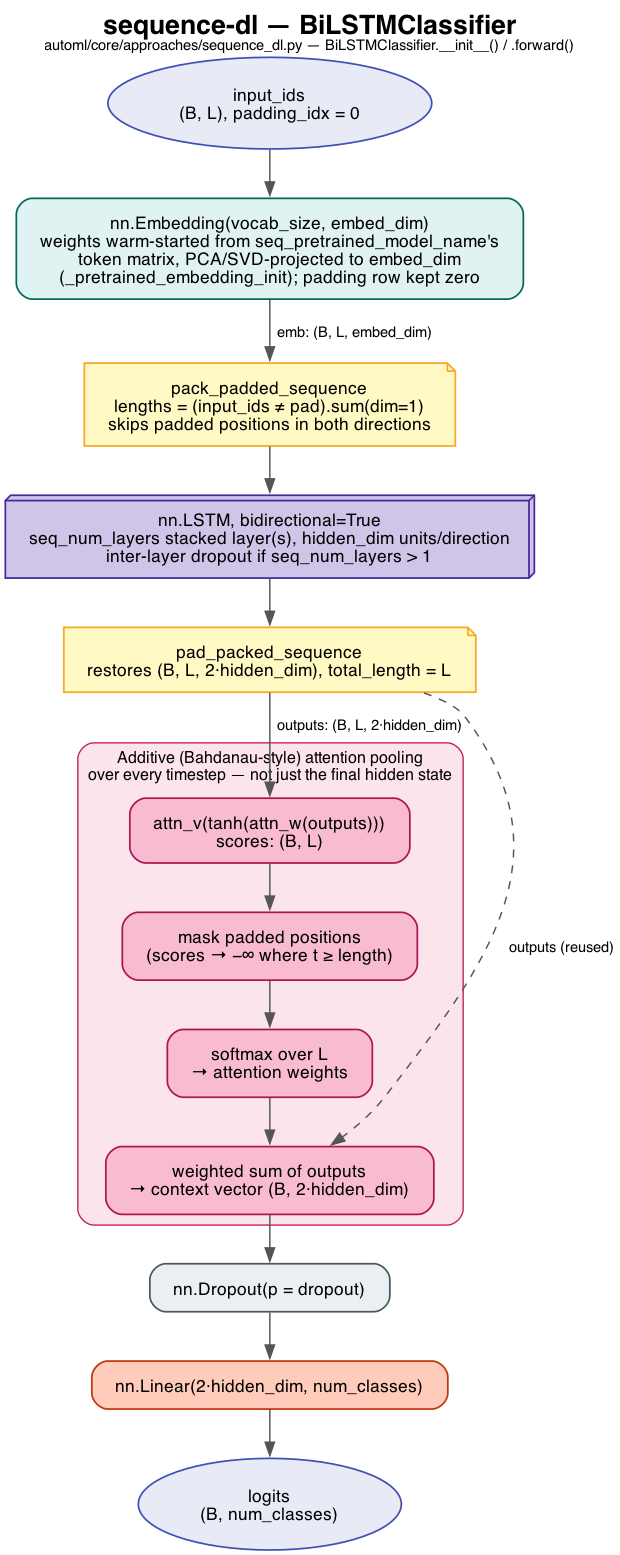
The Graphviz diagram docs/bilstm_diagram.png in yahyafati/automl-textual-project-mirror, before a commit. Its source is kept beside it as docs/bilstm_diagram.dot. Source of this version:
```dot
digraph BiLSTM {
    rankdir=TB;
    fontname="Helvetica";
    labelloc="t";
    label=<<b>sequence-dl — BiLSTMClassifier</b><br/><font point-size="11">automl/core/approaches/sequence_dl.py — BiLSTMClassifier.__init__() / .forward()</font>>;
    fontsize=20;
    bgcolor="white";
    node [fontname="Helvetica", fontsize=13, style="filled,rounded", shape=box, penwidth=1.3, margin="0.25,0.15"];
    edge [fontname="Helvetica", fontsize=11, color="#555555", penwidth=1.1];

    input [label="input_ids\n(B, L), padding_idx = 0", shape=oval, fillcolor="#E8EAF6", color="#3F51B5"];
    embed [label="nn.Embedding(vocab_size, embed_dim)\nweights warm-started from seq_pretrained_model_name's\ntoken matrix, PCA/SVD-projected to embed_dim\n(_pretrained_embedding_init); padding row kept zero", fillcolor="#E0F2F1", color="#00695C"];
    pack [label="pack_padded_sequence\nlengths = (input_ids ≠ pad).sum(dim=1)\nskips padded positions in both directions", shape=note, fillcolor="#FFF9C4", color="#F9A825"];
    lstm [label="nn.LSTM, bidirectional=True\nseq_num_layers stacked layer(s), hidden_dim units/direction\ninter-layer dropout if seq_num_layers > 1", fillcolor="#D1C4E9", color="#4527A0", shape=box3d];
    unpack [label="pad_packed_sequence\nrestores (B, L, 2·hidden_dim), total_length = L", shape=note, fillcolor="#FFF9C4", color="#F9A825"];

    subgraph cluster_attn {
        label="Additive (Bahdanau-style) attention pooling\nover every timestep — not just the final hidden state";
        style="rounded,filled";
        fillcolor="#FCE4EC";
        color="#C2185B";
        fontsize=12;
        score [label="attn_v(tanh(attn_w(outputs)))\nscores: (B, L)", fillcolor="#F8BBD0", color="#AD1457"];
        mask [label="mask padded positions\n(scores → −∞ where t ≥ length)", fillcolor="#F8BBD0", color="#AD1457"];
        softmax [label="softmax over L\n→ attention weights", fillcolor="#F8BBD0", color="#AD1457"];
        context [label="weighted sum of outputs\n→ context vector (B, 2·hidden_dim)", fillcolor="#F8BBD0", color="#AD1457"];
        score -> mask -> softmax -> context;
    }

    dropout [label="nn.Dropout(p = dropout)", fillcolor="#ECEFF1", color="#455A64"];
    fc [label="nn.Linear(2·hidden_dim, num_classes)", fillcolor="#FFCCBC", color="#BF360C"];
    output [label="logits\n(B, num_classes)", shape=oval, fillcolor="#E8EAF6", color="#3F51B5"];

    input -> embed;
    embed -> pack [label="  emb: (B, L, embed_dim)"];
    pack -> lstm;
    lstm -> unpack;
    unpack -> score [label="  outputs: (B, L, 2·hidden_dim)"];
    unpack -> context [style=dashed, constraint=false, label="  outputs (reused)"];
    context -> dropout;
    dropout -> fc;
    fc -> output;
}
```
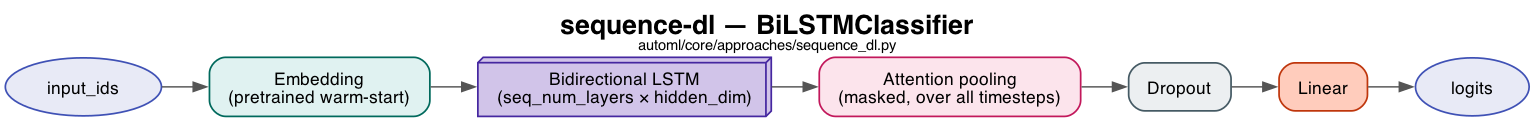
The same file after the commit.

Commit message:
Simplify BiLSTM architecture diagram: horizontal, less text

Change to the diagram source:
```diff
@@ -1,43 +1,20 @@
 digraph BiLSTM {
-    rankdir=TB;
+    rankdir=LR;
     fontname="Helvetica";
     labelloc="t";
-    label=<<b>sequence-dl — BiLSTMClassifier</b><br/><font point-size="11">automl/core/approaches/sequence_dl.py — BiLSTMClassifier.__init__() / .forward()</font>>;
+    label=<<b>sequence-dl — BiLSTMClassifier</b><br/><font point-size="11">automl/core/approaches/sequence_dl.py</font>>;
     fontsize=20;
     bgcolor="white";
-    node [fontname="Helvetica", fontsize=13, style="filled,rounded", shape=box, penwidth=1.3, margin="0.25,0.15"];
+    node [fontname="Helvetica", fontsize=13, style="filled,rounded", shape=box, penwidth=1.3, margin="0.2,0.12"];
     edge [fontname="Helvetica", fontsize=11, color="#555555", penwidth=1.1];
 
-    input [label="input_ids\n(B, L), padding_idx = 0", shape=oval, fillcolor="#E8EAF6", color="#3F51B5"];
-    embed [label="nn.Embedding(vocab_size, embed_dim)\nweights warm-started from seq_pretrained_model_name's\ntoken matrix, PCA/SVD-projected to embed_dim\n(_pretrained_embedding_init); padding row kept zero", fillcolor="#E0F2F1", color="#00695C"];
-    pack [label="pack_padded_sequence\nlengths = (input_ids ≠ pad).sum(dim=1)\nskips padded positions in both directions", shape=note, fillcolor="#FFF9C4", color="#F9A825"];
-    lstm [label="nn.LSTM, bidirectional=True\nseq_num_layers stacked layer(s), hidden_dim units/direction\ninter-layer dropout if seq_num_layers > 1", fillcolor="#D1C4E9", color="#4527A0", shape=box3d];
-    unpack [label="pad_packed_sequence\nrestores (B, L, 2·hidden_dim), total_length = L", shape=note, fillcolor="#FFF9C4", color="#F9A825"];
+    input [label="input_ids", shape=oval, fillcolor="#E8EAF6", color="#3F51B5"];
+    embed [label="Embedding\n(pretrained warm-start)", fillcolor="#E0F2F1", color="#00695C"];
+    lstm [label="Bidirectional LSTM\n(seq_num_layers × hidden_dim)", fillcolor="#D1C4E9", color="#4527A0", shape=box3d];
+    attn [label="Attention pooling\n(masked, over all timesteps)", fillcolor="#FCE4EC", color="#C2185B"];
+    dropout [label="Dropout", fillcolor="#ECEFF1", color="#455A64"];
+    fc [label="Linear", fillcolor="#FFCCBC", color="#BF360C"];
+    output [label="logits", shape=oval, fillcolor="#E8EAF6", color="#3F51B5"];
 
-    subgraph cluster_attn {
-        label="Additive (Bahdanau-style) attention pooling\nover every timestep — not just the final hidden state";
-        style="rounded,filled";
-        fillcolor="#FCE4EC";
-        color="#C2185B";
-        fontsize=12;
-        score [label="attn_v(tanh(attn_w(outputs)))\nscores: (B, L)", fillcolor="#F8BBD0", color="#AD1457"];
-        mask [label="mask padded positions\n(scores → −∞ where t ≥ length)", fillcolor="#F8BBD0", color="#AD1457"];
-        softmax [label="softmax over L\n→ attention weights", fillcolor="#F8BBD0", color="#AD1457"];
-        context [label="weighted sum of outputs\n→ context vector (B, 2·hidden_dim)", fillcolor="#F8BBD0", color="#AD1457"];
-        score -> mask -> softmax -> context;
-    }
-
-    dropout [label="nn.Dropout(p = dropout)", fillcolor="#ECEFF1", color="#455A64"];
-    fc [label="nn.Linear(2·hidden_dim, num_classes)", fillcolor="#FFCCBC", color="#BF360C"];
-    output [label="logits\n(B, num_classes)", shape=oval, fillcolor="#E8EAF6", color="#3F51B5"];
-
-    input -> embed;
-    embed -> pack [label="  emb: (B, L, embed_dim)"];
-    pack -> lstm;
-    lstm -> unpack;
-    unpack -> score [label="  outputs: (B, L, 2·hidden_dim)"];
-    unpack -> context [style=dashed, constraint=false, label="  outputs (reused)"];
-    context -> dropout;
-    dropout -> fc;
-    fc -> output;
+    input -> embed -> lstm -> attn -> dropout -> fc -> output;
 }
```
